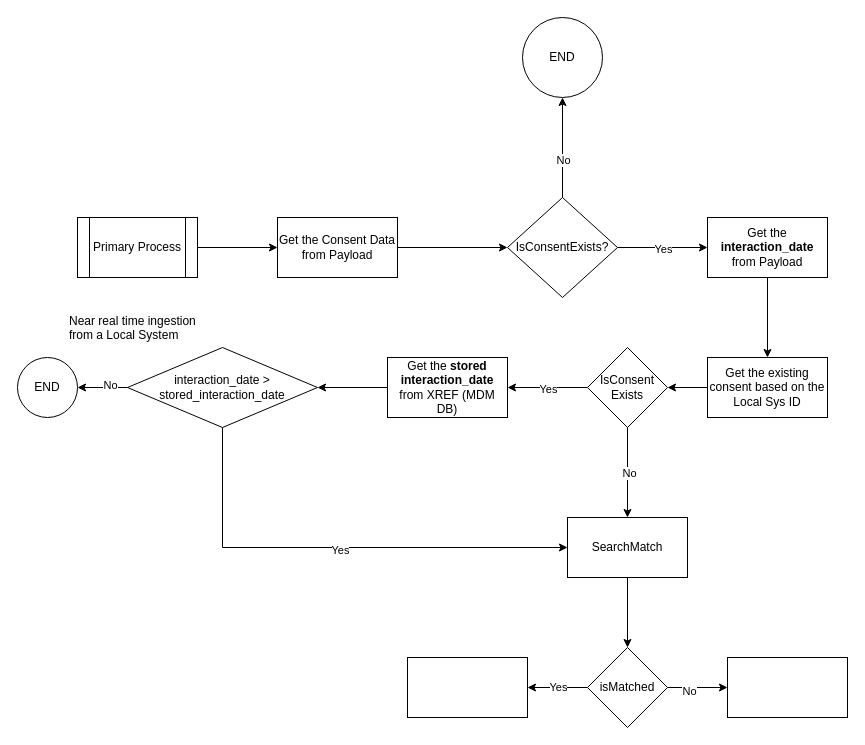
biswarup81/drawings keeps this draw.io diagram as page "Process" (4 of 4) of TME-3.drawio. Above is the earlier version. Source tidied: cells renumbered, new cells numbered last; positions are measured from the earlier drawing's top-left corner, leaving out a move shared by most shapes. Both pictures are drawn from the tidied source at 100%, with x=0, y=0 at pixel (17, 17).
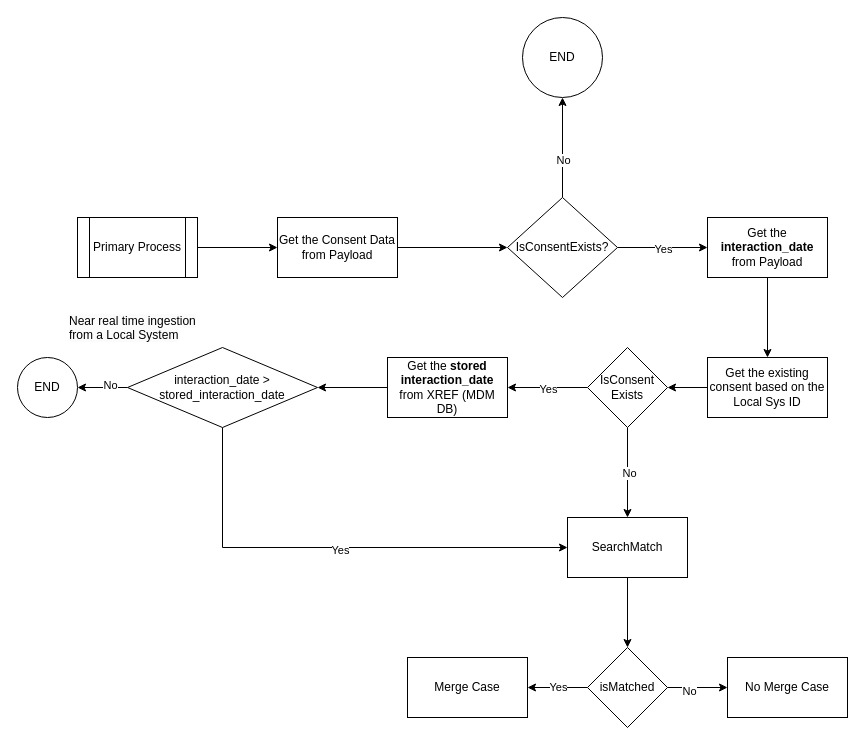
The same page after the edit.

Diff of the diagram source:
```diff
@@
-    <mxCell id="37" style="whiteSpace=wrap;html=1;" parent="1" vertex="1">
+    <mxCell id="37" value="No Merge Case" style="whiteSpace=wrap;html=1;" parent="1" vertex="1">
       <mxGeometry x="710" y="640" width="120" height="60" as="geometry" />
     </mxCell>
-    <mxCell id="38" style="whiteSpace=wrap;html=1;" parent="1" vertex="1">
+    <mxCell id="38" value="Merge Case" style="whiteSpace=wrap;html=1;" parent="1" vertex="1">
       <mxGeometry x="390" y="640" width="120" height="60" as="geometry" />
     </mxCell>
```
